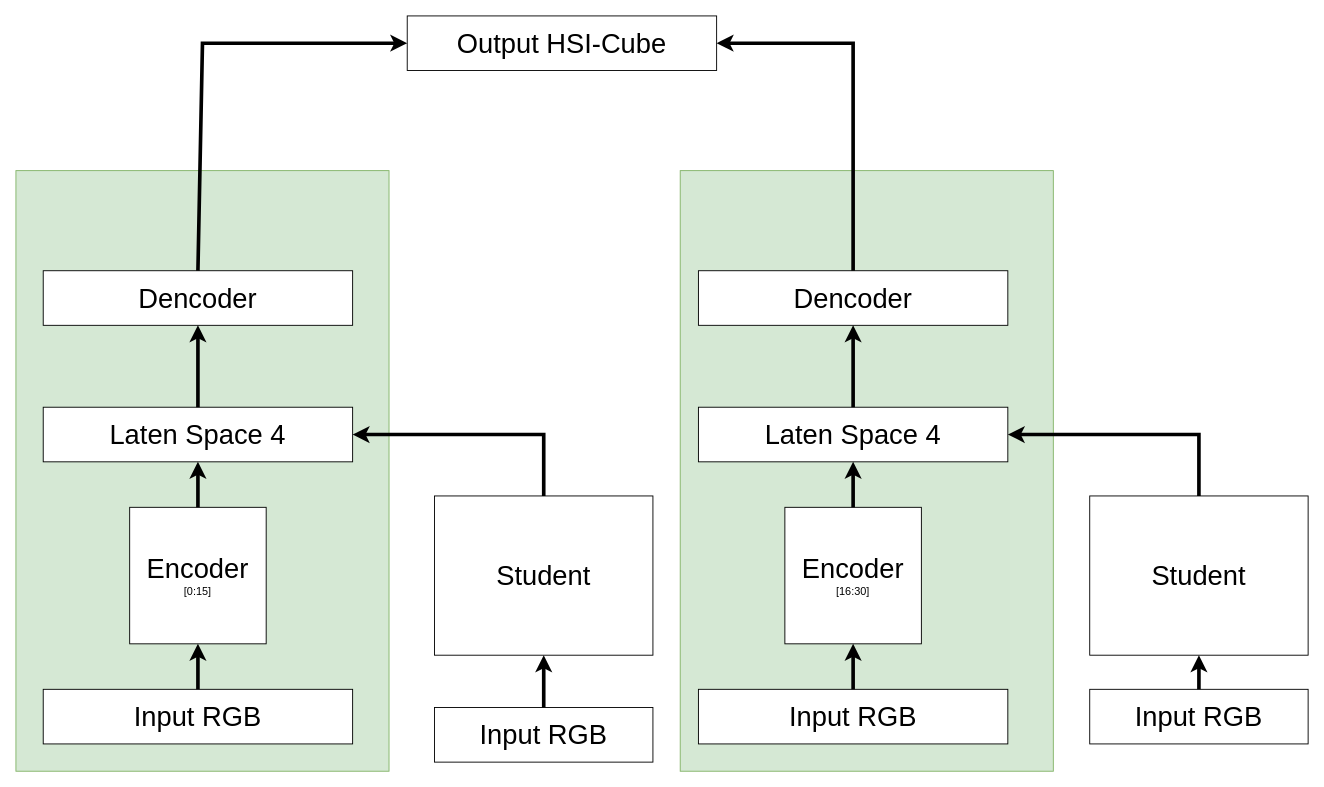
Earlier version of the draw.io diagram LAB_TSM_v4_2.drawio (Kevb-source/diagramms.net). Source tidied: cells renumbered, new cells numbered last; positions are measured from the earlier drawing's top-left corner, leaving out a move shared by most shapes. Both pictures are drawn from the tidied source at 91%, with x=0, y=0 at pixel (15, 15).
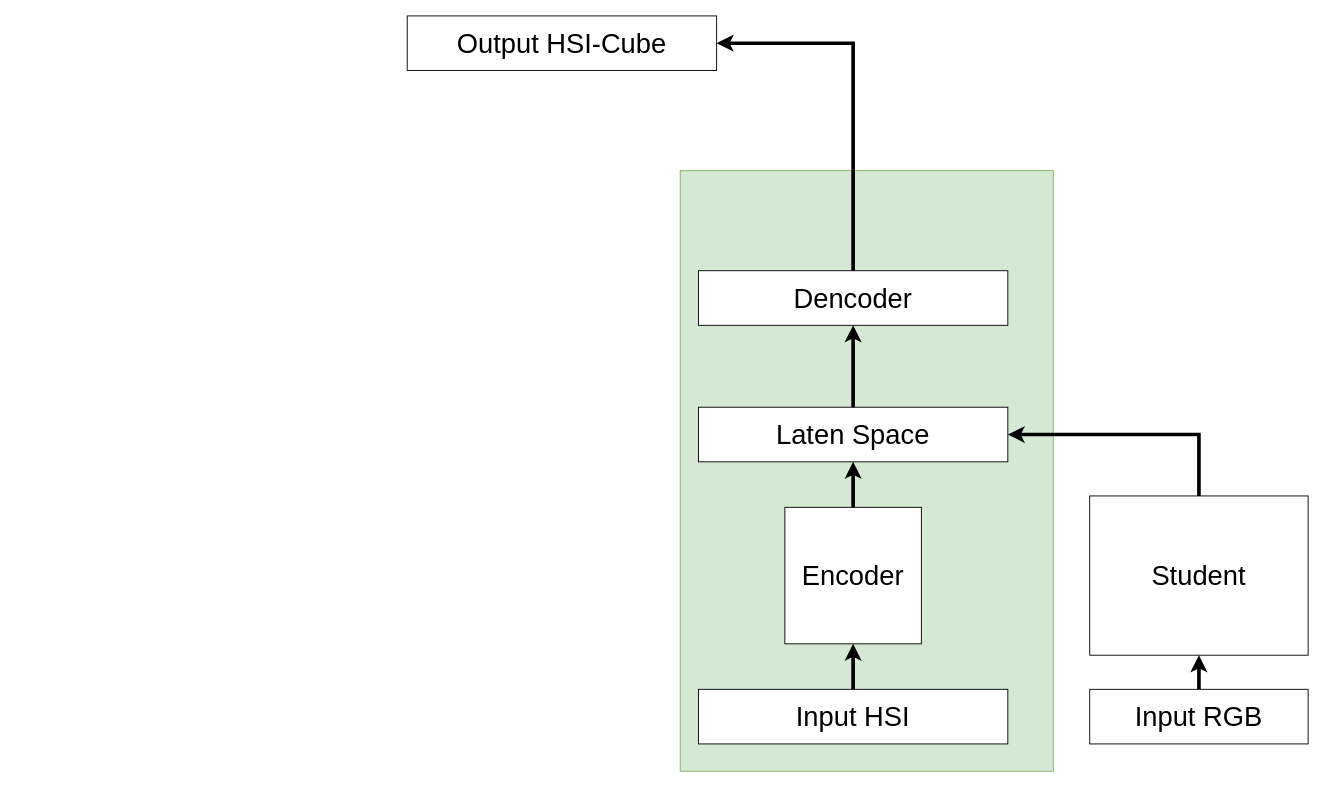
Above is the later version.

The change refers to these unchanged cells:
```xml
<mxCell id="8" value="&lt;font style=&quot;font-size: 30px;&quot;&gt;Output HSI-Cube&lt;/font&gt;" style="rounded=0;whiteSpace=wrap;html=1;" parent="1" vertex="1">
  <mxGeometry x="430" width="340" height="60" as="geometry" />
</mxCell>
```

The edit, as a diff of the source:
```diff
@@
-    <mxCell id="3" style="rounded=0;whiteSpace=wrap;html=1;fillColor=#d5e8d4;strokeColor=#82b366;" parent="1" vertex="1">
-      <mxGeometry y="170" width="410" height="660" as="geometry" />
-    </mxCell>
-    <mxCell id="4" value="&lt;font style=&quot;font-size: 30px;&quot;&gt;Encoder&lt;/font&gt;&lt;br&gt;[0:15]" style="whiteSpace=wrap;html=1;" parent="1" vertex="1">
-      <mxGeometry x="125" y="540" width="150" height="150" as="geometry" />
-    </mxCell>
-    <mxCell id="5" value="&lt;font style=&quot;font-size: 30px;&quot;&gt;Laten Space 4&lt;/font&gt;" style="rounded=0;whiteSpace=wrap;html=1;" parent="1" vertex="1">
-      <mxGeometry x="30" y="430" width="340" height="60" as="geometry" />
-    </mxCell>
-    <mxCell id="6" value="&lt;font style=&quot;font-size: 30px;&quot;&gt;Dencoder&lt;/font&gt;" style="rounded=0;whiteSpace=wrap;html=1;" parent="1" vertex="1">
-      <mxGeometry x="30" y="280" width="340" height="60" as="geometry" />
-    </mxCell>
-    <mxCell id="7" value="&lt;font style=&quot;font-size: 30px;&quot;&gt;Input RGB&lt;/font&gt;" style="rounded=0;whiteSpace=wrap;html=1;" parent="1" vertex="1">
-      <mxGeometry x="30" y="740" width="340" height="60" as="geometry" />
-    </mxCell>
@@
-    <mxCell id="9" value="&lt;font style=&quot;font-size: 30px;&quot;&gt;Student&lt;/font&gt;" style="rounded=0;whiteSpace=wrap;html=1;" parent="1" vertex="1">
-      <mxGeometry x="460" y="527.5" width="240" height="175" as="geometry" />
-    </mxCell>
-    <mxCell id="10" value="&lt;font style=&quot;font-size: 30px;&quot;&gt;Input RGB&lt;/font&gt;" style="rounded=0;whiteSpace=wrap;html=1;" parent="1" vertex="1">
-      <mxGeometry x="460" y="760" width="240" height="60" as="geometry" />
-    </mxCell>
-    <mxCell id="11" style="endArrow=classic;html=1;rounded=0;entryX=1;entryY=0.5;entryDx=0;entryDy=0;exitX=0.5;exitY=0;exitDx=0;exitDy=0;strokeWidth=4;" parent="1" edge="1" source="9" target="5">
-      <mxGeometry relative="1" as="geometry">
-        <Array as="points">
-          <mxPoint x="580" y="460" />
-        </Array>
-      </mxGeometry>
-    </mxCell>
-    <mxCell id="12" style="endArrow=classic;html=1;rounded=0;strokeWidth=4;exitX=0.5;exitY=0;exitDx=0;exitDy=0;entryX=0.5;entryY=1;entryDx=0;entryDy=0;" parent="1" edge="1" source="7" target="4">
-      <mxGeometry relative="1" as="geometry" />
-    </mxCell>
-    <mxCell id="13" style="endArrow=classic;html=1;rounded=0;strokeWidth=4;exitX=0.5;exitY=0;exitDx=0;exitDy=0;entryX=0.5;entryY=1;entryDx=0;entryDy=0;" parent="1" edge="1" source="10" target="9">
-      <mxGeometry relative="1" as="geometry" />
-    </mxCell>
-    <mxCell id="14" value="&lt;font style=&quot;font-size: 30px;&quot;&gt;Laten Space 4&lt;/font&gt;" style="rounded=0;whiteSpace=wrap;html=1;" parent="1" vertex="1">
+    <mxCell id="14" value="&lt;font style=&quot;font-size: 30px;&quot;&gt;Laten Space&lt;/font&gt;" style="rounded=0;whiteSpace=wrap;html=1;" parent="1" vertex="1">
       <mxGeometry x="750" y="430" width="340" height="60" as="geometry" />
     </mxCell>
@@
-    <mxCell id="16" value="&lt;font style=&quot;font-size: 30px;&quot;&gt;Input RGB&lt;/font&gt;" style="rounded=0;whiteSpace=wrap;html=1;" parent="1" vertex="1">
+    <mxCell id="16" value="&lt;font style=&quot;font-size: 30px;&quot;&gt;Input HSI&lt;/font&gt;" style="rounded=0;whiteSpace=wrap;html=1;" parent="1" vertex="1">
       <mxGeometry x="750" y="740" width="340" height="60" as="geometry" />
     </mxCell>
@@
-    <mxCell id="21" value="&lt;font style=&quot;font-size: 30px;&quot;&gt;Encoder&lt;/font&gt;&lt;br&gt;[16:30]" style="whiteSpace=wrap;html=1;" parent="1" vertex="1">
+    <mxCell id="21" value="&lt;font style=&quot;font-size: 30px;&quot;&gt;Encoder&lt;/font&gt;" style="whiteSpace=wrap;html=1;" parent="1" vertex="1">
       <mxGeometry x="845" y="540" width="150" height="150" as="geometry" />
     </mxCell>
@@
-    <mxCell id="23" style="endArrow=classic;html=1;rounded=0;exitX=0.5;exitY=0;exitDx=0;exitDy=0;entryX=0;entryY=0.5;entryDx=0;entryDy=0;strokeWidth=4;" parent="1" edge="1" source="6" target="8">
-      <mxGeometry relative="1" as="geometry">
-        <Array as="points">
-          <mxPoint x="205" y="30" />
-        </Array>
-      </mxGeometry>
-    </mxCell>
@@
-    <mxCell id="25" style="endArrow=classic;html=1;rounded=0;strokeWidth=4;exitX=0.5;exitY=0;exitDx=0;exitDy=0;entryX=0.5;entryY=1;entryDx=0;entryDy=0;" parent="1" edge="1" source="4" target="5">
-      <mxGeometry relative="1" as="geometry" />
-    </mxCell>
-    <mxCell id="26" style="endArrow=classic;html=1;rounded=0;strokeWidth=4;exitX=0.5;exitY=0;exitDx=0;exitDy=0;entryX=0.5;entryY=1;entryDx=0;entryDy=0;" parent="1" edge="1" source="5" target="6">
-      <mxGeometry relative="1" as="geometry" />
-    </mxCell>
```
